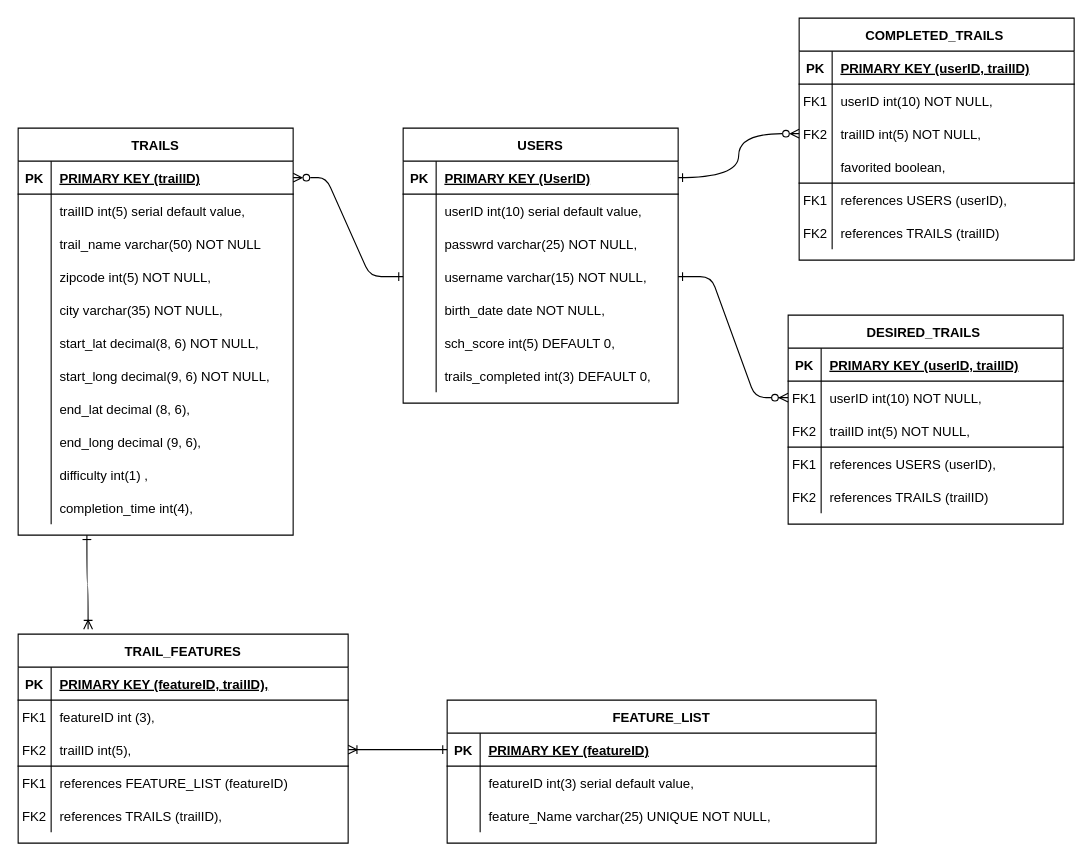
Earlier version of the draw.io diagram Example Screenshots/Untitled Diagram.drawio (michaelbabinec/SoCalHikes). Source tidied: cells renumbered, new cells numbered last; positions are measured from the earlier drawing's top-left corner, leaving out a move shared by most shapes. Both pictures are drawn from the tidied source at 110%, with x=0, y=0 at pixel (18, 18).
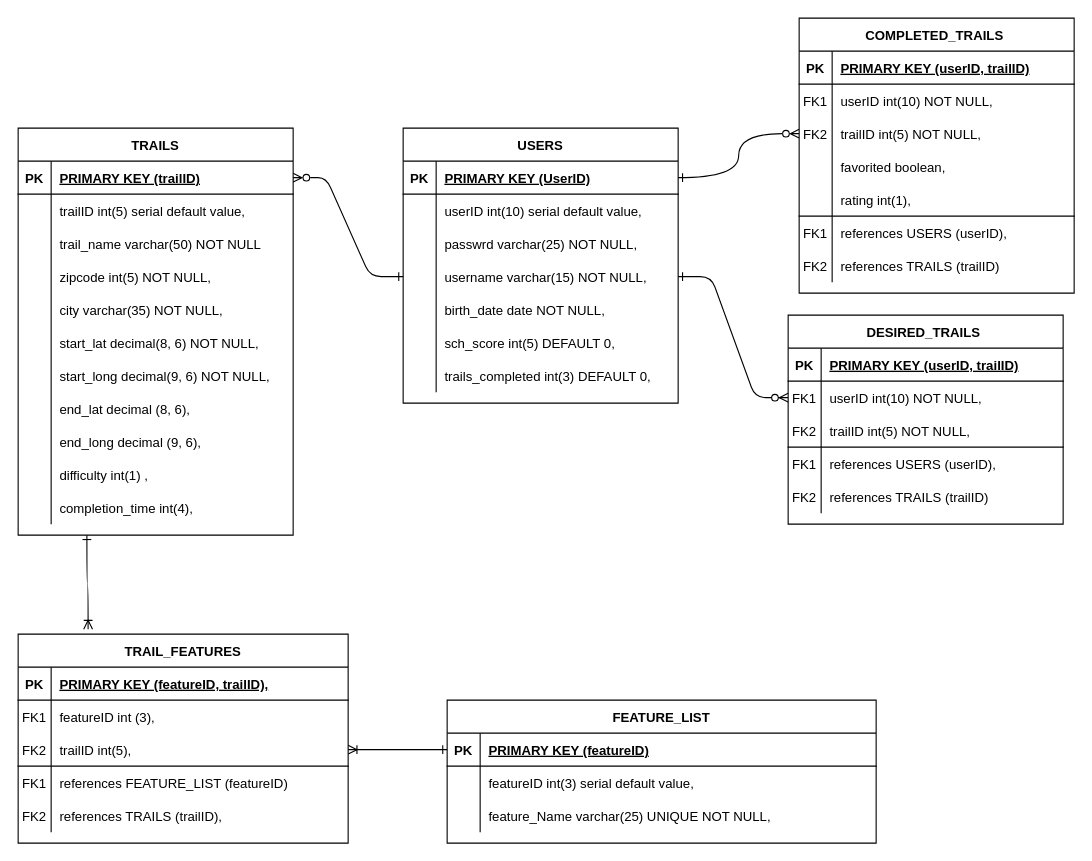
The same diagram, later.

The edit, as a diff of the source:
```diff
@@
     <mxCell id="76" value="COMPLETED_TRAILS " style="shape=table;startSize=30;childLayout=tableLayout;rowLines=0;fontStyle=1;align=center;" parent="1" vertex="1">
-      <mxGeometry x="710" width="250" height="220" as="geometry" />
+      <mxGeometry x="710" width="250" height="250" as="geometry" />
     </mxCell>
@@
+    <mxCell id="124" style="shape=partialRectangle;fillColor=none;top=0;left=0;right=0;bottom=0;" parent="76" vertex="1">
+      <mxGeometry y="150" width="250" height="30" as="geometry" />
+    </mxCell>
+    <mxCell id="125" style="shape=partialRectangle;overflow=hidden;fillColor=none;top=0;left=0;bottom=0;right=0;" parent="124" vertex="1">
+      <mxGeometry width="30" height="30" as="geometry" />
+    </mxCell>
+    <mxCell id="126" value="rating int(1)," style="shape=partialRectangle;overflow=hidden;fillColor=none;top=0;left=0;bottom=0;right=0;align=left;spacingLeft=6;" parent="124" vertex="1">
+      <mxGeometry x="30" width="220" height="30" as="geometry" />
+    </mxCell>
     <mxCell id="89" style="shape=partialRectangle;fillColor=none;top=1;left=0;right=0;bottom=0;" parent="76" vertex="1">
-      <mxGeometry y="150" width="250" height="30" as="geometry" />
+      <mxGeometry y="180" width="250" height="30" as="geometry" />
     </mxCell>
@@
     <mxCell id="92" style="shape=partialRectangle;fillColor=none;top=0;left=0;right=0;bottom=0;" parent="76" vertex="1">
-      <mxGeometry y="180" width="250" height="30" as="geometry" />
+      <mxGeometry y="210" width="250" height="30" as="geometry" />
     </mxCell>
```
